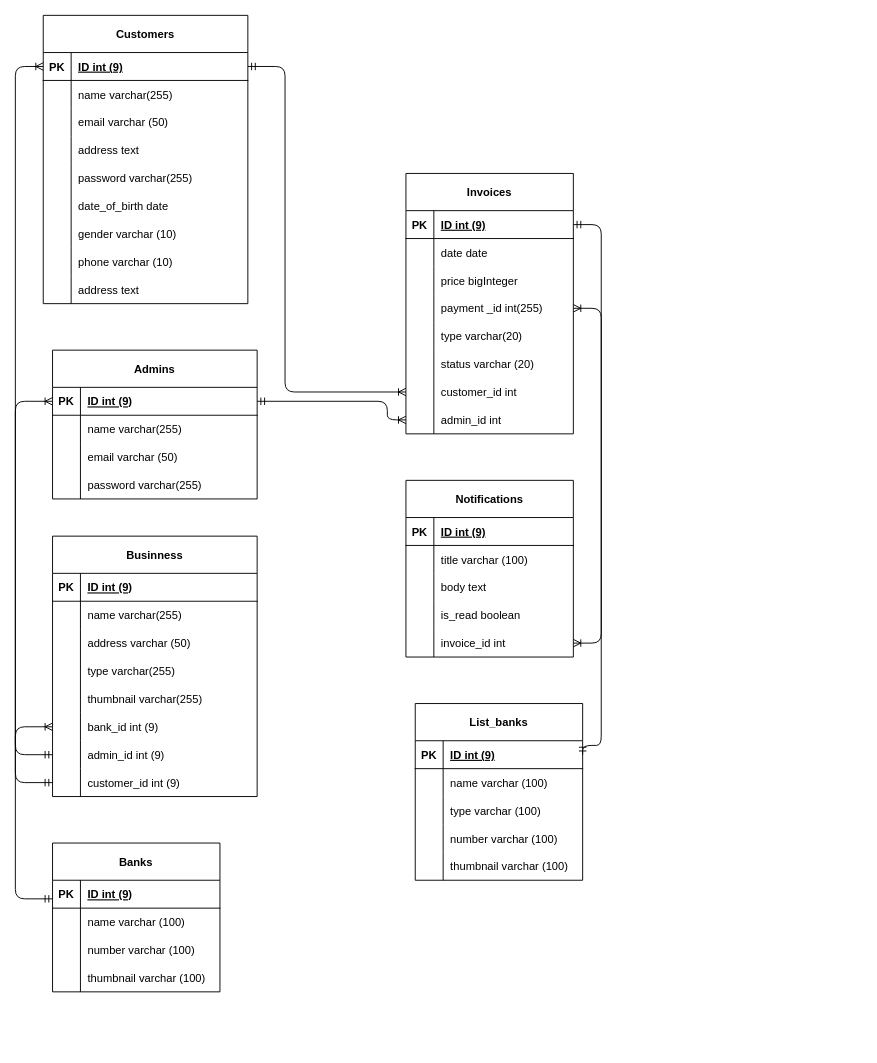
Before: docs/newdb.drawio in Team-20-Alterra/back-end, a draw.io diagram. Source tidied: cells renumbered, new cells numbered last; positions are measured from the earlier drawing's top-left corner, leaving out a move shared by most shapes. Both pictures are drawn from the tidied source at 93%, with x=0, y=0 at pixel (15, 15).
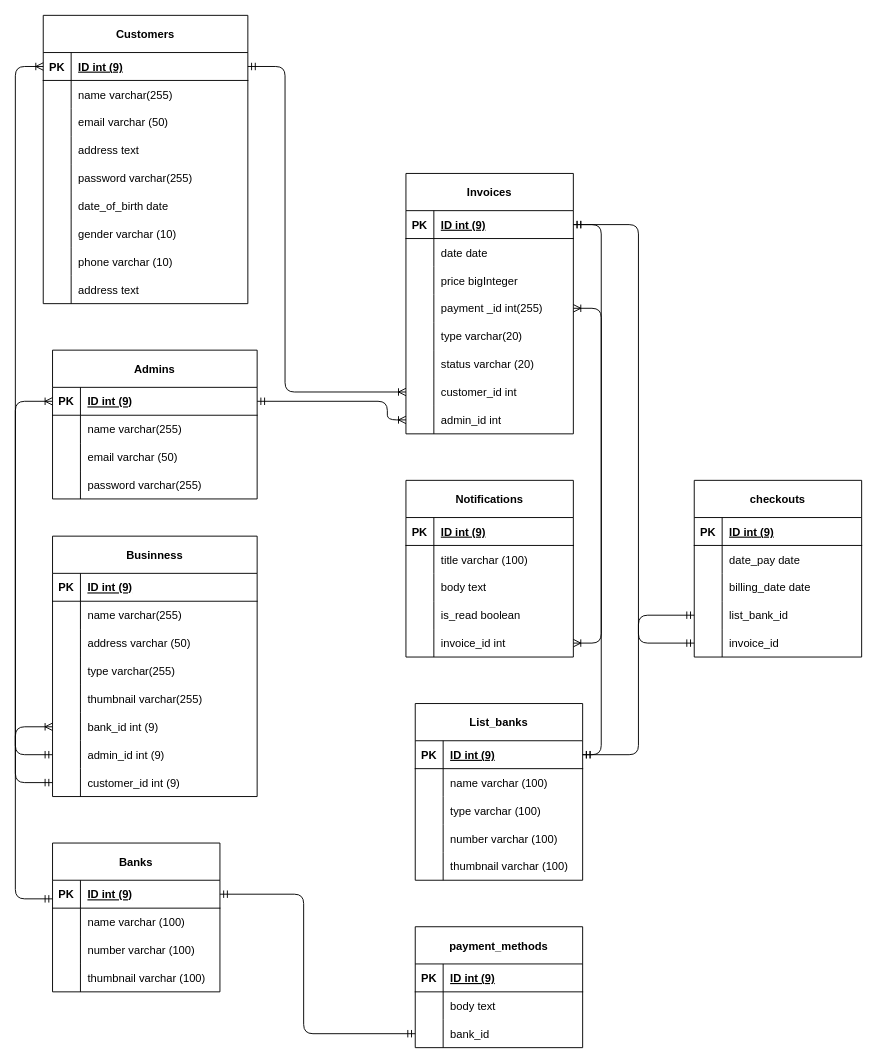
Above is the later version.

The change refers to these unchanged cells:
```xml
<mxCell id="31" style="shape=tableRow;horizontal=0;startSize=0;swimlaneHead=0;swimlaneBody=0;fillColor=none;points=[[0,0.5],[1,0.5]];portConstraint=eastwest;top=0;left=0;right=0;bottom=1;shadow=0;swimlaneLine=1;" parent="30" vertex="1">
  <mxGeometry y="40" width="180" height="30" as="geometry" />
</mxCell>
<mxCell id="40" style="shape=tableRow;horizontal=0;startSize=0;swimlaneHead=0;swimlaneBody=0;fillColor=none;points=[[0,0.5],[1,0.5]];portConstraint=eastwest;top=0;left=0;right=0;bottom=0;shadow=0;swimlaneLine=1;" parent="30" vertex="1">
  <mxGeometry y="130" width="180" height="30" as="geometry" />
</mxCell>
<mxCell id="73" style="shape=tableRow;horizontal=0;startSize=0;swimlaneHead=0;swimlaneBody=0;fillColor=none;points=[[0,0.5],[1,0.5]];portConstraint=eastwest;top=0;left=0;right=0;bottom=1;shadow=0;swimlaneLine=1;" parent="72" vertex="1">
  <mxGeometry y="40" width="180" height="30" as="geometry" />
</mxCell>
<mxCell id="129" style="shape=tableRow;horizontal=0;startSize=0;swimlaneHead=0;swimlaneBody=0;fillColor=none;points=[[0,0.5],[1,0.5]];portConstraint=eastwest;top=0;left=0;right=0;bottom=1;shadow=0;swimlaneLine=1;" parent="128" vertex="1">
  <mxGeometry y="40" width="180" height="30" as="geometry" />
</mxCell>
```

Change to the diagram source:
```diff
@@
     <mxCell id="88" style="edgeStyle=orthogonalEdgeStyle;fontSize=12;html=1;endArrow=ERoneToMany;startArrow=ERmandOne;exitX=1;exitY=0.5;exitDx=0;exitDy=0;entryX=1;entryY=0.5;entryDx=0;entryDy=0;" parent="1" edge="1" source="73" target="40">
       <mxGeometry relative="1" as="geometry">
         <Array as="points">
-          <mxPoint x="630" y="785" />
+          <mxPoint x="630" y="795" />
           <mxPoint x="630" y="315" />
         </Array>
       </mxGeometry>
     </mxCell>
@@
+    <mxCell id="145" value="payment_methods" style="shape=table;startSize=40;childLayout=tableLayout;rowLines=0;fontStyle=1;align=center;shadow=0;swimlaneLine=1;" parent="1" vertex="1">
+      <mxGeometry x="430" y="980" width="180" height="130" as="geometry" />
+    </mxCell>
+    <mxCell id="146" style="shape=tableRow;horizontal=0;startSize=0;swimlaneHead=0;swimlaneBody=0;fillColor=none;top=0;left=0;right=0;bottom=1;shadow=0;swimlaneLine=1;" parent="145" vertex="1">
+      <mxGeometry y="40" width="180" height="30" as="geometry" />
+    </mxCell>
+    <mxCell id="147" value="PK" style="shape=partialRectangle;fillColor=none;top=0;left=0;bottom=0;right=0;fontStyle=1;overflow=hidden;shadow=0;swimlaneLine=1;" parent="146" vertex="1">
+      <mxGeometry width="30" height="30" as="geometry" />
+    </mxCell>
+    <mxCell id="148" value="ID int (9)" style="shape=partialRectangle;fillColor=none;top=0;left=0;bottom=0;right=0;align=left;spacingLeft=6;fontStyle=5;overflow=hidden;shadow=0;swimlaneLine=1;" parent="146" vertex="1">
+      <mxGeometry x="30" width="150" height="30" as="geometry" />
+    </mxCell>
+    <mxCell id="149" style="shape=tableRow;horizontal=0;startSize=0;swimlaneHead=0;swimlaneBody=0;fillColor=none;top=0;left=0;right=0;bottom=0;shadow=0;swimlaneLine=1;" parent="145" vertex="1">
+      <mxGeometry y="70" width="180" height="30" as="geometry" />
+    </mxCell>
+    <mxCell id="150" style="shape=partialRectangle;fillColor=none;top=0;left=0;bottom=0;right=0;overflow=hidden;shadow=0;swimlaneLine=1;" parent="149" vertex="1">
+      <mxGeometry width="30" height="30" as="geometry" />
+    </mxCell>
+    <mxCell id="151" value="body text" style="shape=partialRectangle;fillColor=none;top=0;left=0;bottom=0;right=0;align=left;spacingLeft=6;overflow=hidden;shadow=0;swimlaneLine=1;" parent="149" vertex="1">
+      <mxGeometry x="30" width="150" height="30" as="geometry" />
+    </mxCell>
+    <mxCell id="152" style="shape=tableRow;horizontal=0;startSize=0;swimlaneHead=0;swimlaneBody=0;fillColor=none;points=[[0,0.5],[1,0.5]];portConstraint=eastwest;top=0;left=0;right=0;bottom=0;shadow=0;swimlaneLine=1;" parent="145" vertex="1">
+      <mxGeometry y="100" width="180" height="30" as="geometry" />
+    </mxCell>
+    <mxCell id="153" style="shape=partialRectangle;fillColor=none;top=0;left=0;bottom=0;right=0;overflow=hidden;shadow=0;swimlaneLine=1;" parent="152" vertex="1">
+      <mxGeometry width="30" height="30" as="geometry" />
+    </mxCell>
+    <mxCell id="154" value="bank_id" style="shape=partialRectangle;fillColor=none;top=0;left=0;bottom=0;right=0;align=left;spacingLeft=6;overflow=hidden;shadow=0;swimlaneLine=1;" parent="152" vertex="1">
+      <mxGeometry x="30" width="150" height="30" as="geometry" />
+    </mxCell>
+    <mxCell id="155" style="edgeStyle=none;html=1;exitX=1;exitY=0.5;exitDx=0;exitDy=0;entryX=0;entryY=0.5;entryDx=0;entryDy=0;endArrow=ERmandOne;endFill=0;startArrow=ERmandOne;startFill=0;" parent="1" edge="1" source="129" target="152">
+      <mxGeometry relative="1" as="geometry">
+        <Array as="points">
+          <mxPoint x="310" y="945" />
+          <mxPoint x="310" y="1095" />
+        </Array>
+      </mxGeometry>
+    </mxCell>
+    <mxCell id="156" value="checkouts" style="shape=table;startSize=40;childLayout=tableLayout;rowLines=0;fontStyle=1;align=center;shadow=0;swimlaneLine=1;" parent="1" vertex="1">
+      <mxGeometry x="730" y="500" width="180" height="190" as="geometry" />
+    </mxCell>
+    <mxCell id="157" style="shape=tableRow;horizontal=0;startSize=0;swimlaneHead=0;swimlaneBody=0;fillColor=none;top=0;left=0;right=0;bottom=1;shadow=0;swimlaneLine=1;" parent="156" vertex="1">
+      <mxGeometry y="40" width="180" height="30" as="geometry" />
+    </mxCell>
+    <mxCell id="158" value="PK" style="shape=partialRectangle;fillColor=none;top=0;left=0;bottom=0;right=0;fontStyle=1;overflow=hidden;shadow=0;swimlaneLine=1;" parent="157" vertex="1">
+      <mxGeometry width="30" height="30" as="geometry" />
+    </mxCell>
+    <mxCell id="159" value="ID int (9)" style="shape=partialRectangle;fillColor=none;top=0;left=0;bottom=0;right=0;align=left;spacingLeft=6;fontStyle=5;overflow=hidden;shadow=0;swimlaneLine=1;" parent="157" vertex="1">
+      <mxGeometry x="30" width="150" height="30" as="geometry" />
+    </mxCell>
+    <mxCell id="160" style="shape=tableRow;horizontal=0;startSize=0;swimlaneHead=0;swimlaneBody=0;fillColor=none;top=0;left=0;right=0;bottom=0;shadow=0;swimlaneLine=1;" parent="156" vertex="1">
+      <mxGeometry y="70" width="180" height="30" as="geometry" />
+    </mxCell>
+    <mxCell id="161" style="shape=partialRectangle;fillColor=none;top=0;left=0;bottom=0;right=0;overflow=hidden;shadow=0;swimlaneLine=1;" parent="160" vertex="1">
+      <mxGeometry width="30" height="30" as="geometry" />
+    </mxCell>
+    <mxCell id="162" value="date_pay date" style="shape=partialRectangle;fillColor=none;top=0;left=0;bottom=0;right=0;align=left;spacingLeft=6;overflow=hidden;shadow=0;swimlaneLine=1;" parent="160" vertex="1">
+      <mxGeometry x="30" width="150" height="30" as="geometry" />
+    </mxCell>
+    <mxCell id="163" style="shape=tableRow;horizontal=0;startSize=0;swimlaneHead=0;swimlaneBody=0;fillColor=none;top=0;left=0;right=0;bottom=0;shadow=0;swimlaneLine=1;" parent="156" vertex="1">
+      <mxGeometry y="100" width="180" height="30" as="geometry" />
+    </mxCell>
+    <mxCell id="164" style="shape=partialRectangle;fillColor=none;top=0;left=0;bottom=0;right=0;overflow=hidden;shadow=0;swimlaneLine=1;" parent="163" vertex="1">
+      <mxGeometry width="30" height="30" as="geometry" />
+    </mxCell>
+    <mxCell id="165" value="billing_date date" style="shape=partialRectangle;fillColor=none;top=0;left=0;bottom=0;right=0;align=left;spacingLeft=6;overflow=hidden;shadow=0;swimlaneLine=1;" parent="163" vertex="1">
+      <mxGeometry x="30" width="150" height="30" as="geometry" />
+    </mxCell>
+    <mxCell id="166" style="shape=tableRow;horizontal=0;startSize=0;swimlaneHead=0;swimlaneBody=0;fillColor=none;points=[[0,0.5],[1,0.5]];portConstraint=eastwest;top=0;left=0;right=0;bottom=0;shadow=0;swimlaneLine=1;" parent="156" vertex="1">
+      <mxGeometry y="130" width="180" height="30" as="geometry" />
+    </mxCell>
+    <mxCell id="167" style="shape=partialRectangle;fillColor=none;top=0;left=0;bottom=0;right=0;overflow=hidden;shadow=0;swimlaneLine=1;" parent="166" vertex="1">
+      <mxGeometry width="30" height="30" as="geometry" />
+    </mxCell>
+    <mxCell id="168" value="list_bank_id" style="shape=partialRectangle;fillColor=none;top=0;left=0;bottom=0;right=0;align=left;spacingLeft=6;overflow=hidden;shadow=0;swimlaneLine=1;" parent="166" vertex="1">
+      <mxGeometry x="30" width="150" height="30" as="geometry" />
+    </mxCell>
+    <mxCell id="169" style="shape=tableRow;horizontal=0;startSize=0;swimlaneHead=0;swimlaneBody=0;fillColor=none;points=[[0,0.5],[1,0.5]];portConstraint=eastwest;top=0;left=0;right=0;bottom=0;shadow=0;swimlaneLine=1;" parent="156" vertex="1">
+      <mxGeometry y="160" width="180" height="30" as="geometry" />
+    </mxCell>
+    <mxCell id="170" style="shape=partialRectangle;fillColor=none;top=0;left=0;bottom=0;right=0;overflow=hidden;shadow=0;swimlaneLine=1;" parent="169" vertex="1">
+      <mxGeometry width="30" height="30" as="geometry" />
+    </mxCell>
+    <mxCell id="171" value="invoice_id" style="shape=partialRectangle;fillColor=none;top=0;left=0;bottom=0;right=0;align=left;spacingLeft=6;overflow=hidden;shadow=0;swimlaneLine=1;" parent="169" vertex="1">
+      <mxGeometry x="30" width="150" height="30" as="geometry" />
+    </mxCell>
+    <mxCell id="172" style="edgeStyle=none;html=1;exitX=1;exitY=0.5;exitDx=0;exitDy=0;entryX=0;entryY=0.5;entryDx=0;entryDy=0;startArrow=ERmandOne;startFill=0;endArrow=ERmandOne;endFill=0;" parent="1" edge="1" source="31" target="169">
+      <mxGeometry relative="1" as="geometry">
+        <Array as="points">
+          <mxPoint x="670" y="225" />
+          <mxPoint x="670" y="675" />
+        </Array>
+      </mxGeometry>
+    </mxCell>
+    <mxCell id="173" style="edgeStyle=none;html=1;exitX=1;exitY=0.5;exitDx=0;exitDy=0;entryX=0;entryY=0.5;entryDx=0;entryDy=0;startArrow=ERmandOne;startFill=0;endArrow=ERmandOne;endFill=0;" parent="1" edge="1" source="73" target="166">
+      <mxGeometry relative="1" as="geometry">
+        <Array as="points">
+          <mxPoint x="670" y="795" />
+          <mxPoint x="670" y="645" />
+        </Array>
+      </mxGeometry>
+    </mxCell>
```
